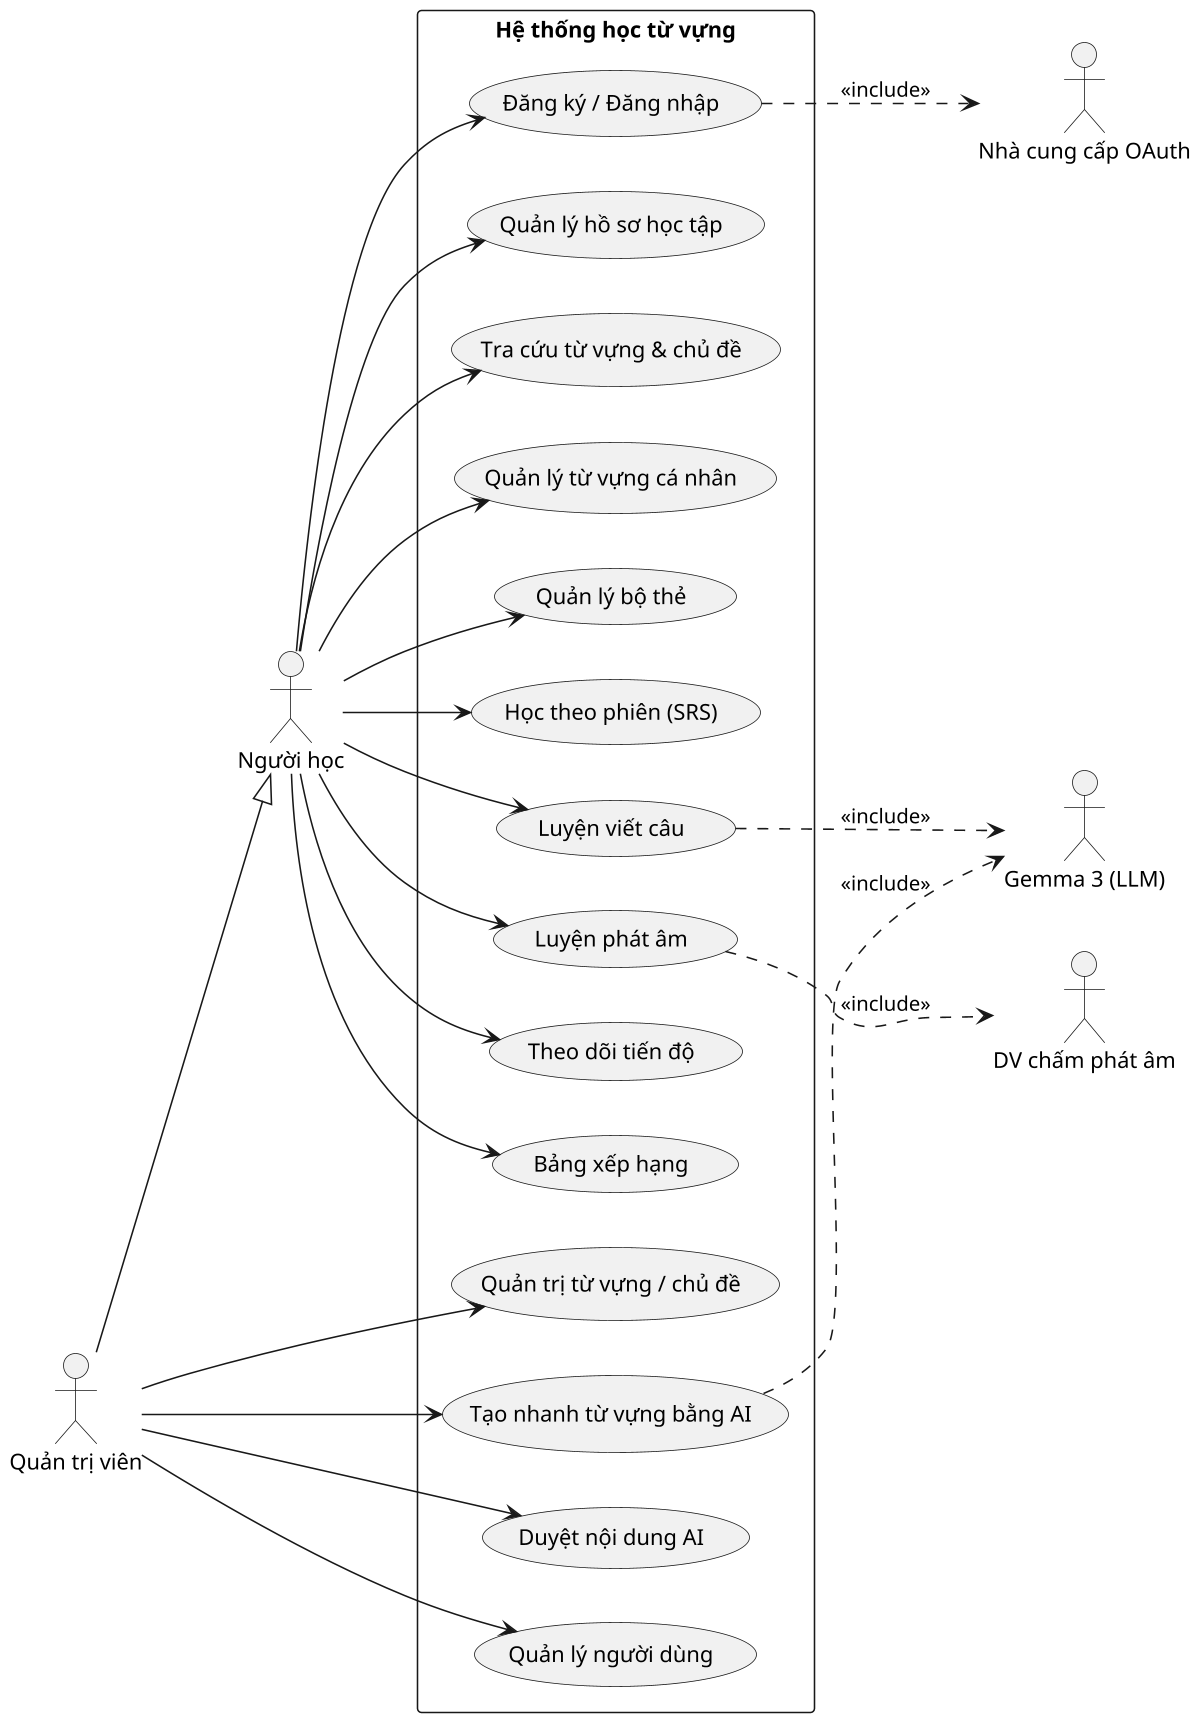
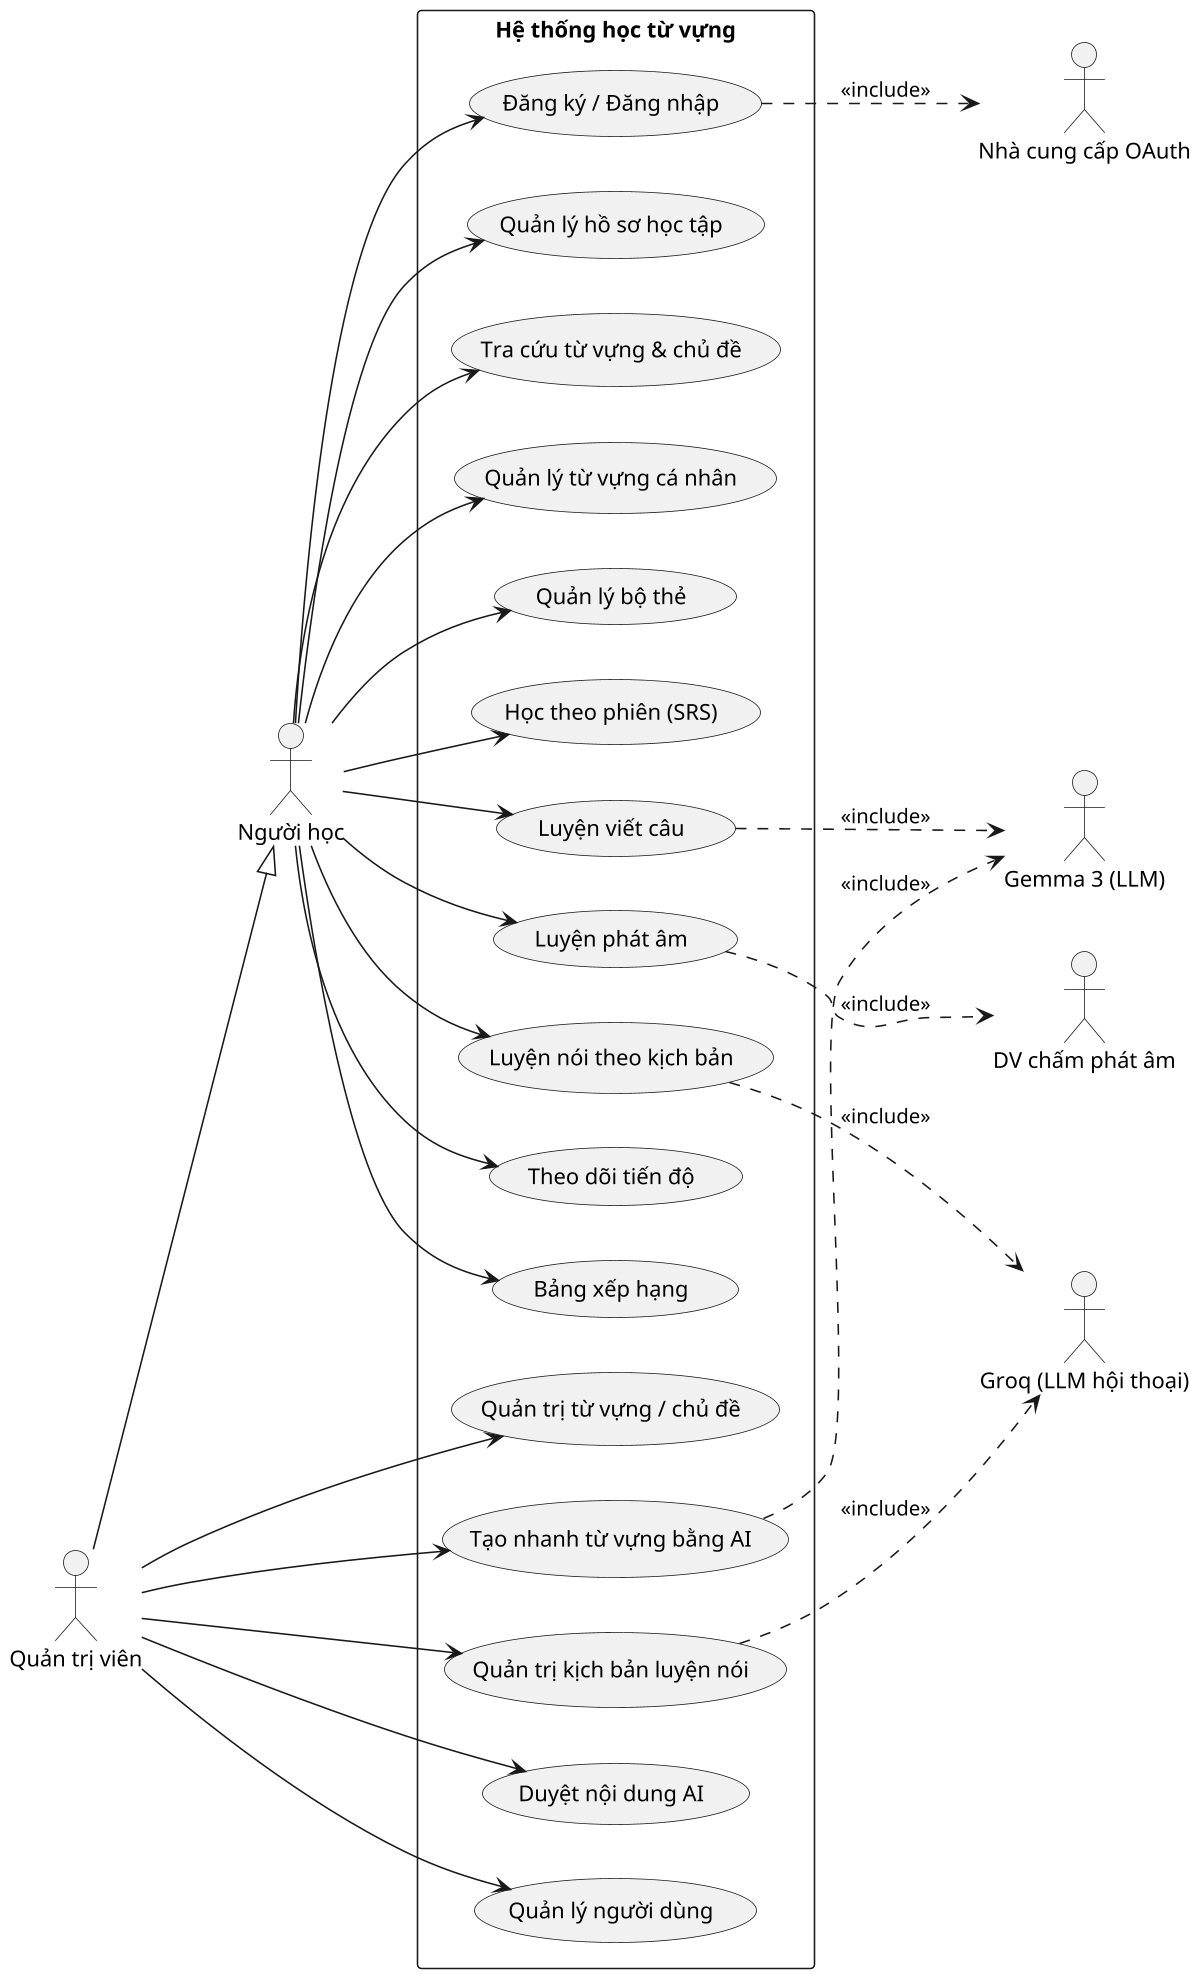
' =====================================================================
'  Nguồn PlantUML cho các sơ đồ Chương 2 (Phân tích & Thiết kế hệ thống)
'
'  Mỗi khối @startuml <tên> xuất ra một tệp PNG <tên>.png. Tên trùng với
'  tên tệp mà macro \figph{...} trong Chuong2.tex mong đợi trong images/.
'
'  Dựng lại tất cả:
'    java -jar plantuml.jar -Smetana -tpng -o "..\images" diagrams.puml
'  (chạy trong thư mục docs/report/diagrams/). Cần Java; không cần Graphviz
'  nhờ engine Smetana tích hợp.
' =====================================================================

' ---------------------------------------------------------------------
@startuml usecase-tong-quat
skinparam dpi 150
skinparam defaultFontName Arial
left to right direction
skinparam packageStyle rectangle
actor "Người học" as U
actor "Quản trị viên" as A
actor "Gemma 3 (LLM)" as G
+ actor "Groq (LLM hội thoại)" as GR
actor "DV chấm phát âm" as P
actor "Nhà cung cấp OAuth" as O
A --|> U
rectangle "Hệ thống học từ vựng" {
  usecase "Đăng ký / Đăng nhập" as UC1
  usecase "Quản lý hồ sơ học tập" as UC2
  usecase "Tra cứu từ vựng & chủ đề" as UC3
  usecase "Quản lý từ vựng cá nhân" as UC4
  usecase "Quản lý bộ thẻ" as UC5
  usecase "Học theo phiên (SRS)" as UC6
  usecase "Luyện viết câu" as UC7
  usecase "Luyện phát âm" as UC8
-   usecase "Theo dõi tiến độ" as UC9
-   usecase "Bảng xếp hạng" as UC10
-   usecase "Quản trị từ vựng / chủ đề" as UC11
-   usecase "Tạo nhanh từ vựng bằng AI" as UC12
-   usecase "Duyệt nội dung AI" as UC13
-   usecase "Quản lý người dùng" as UC14
+   usecase "Luyện nói theo kịch bản" as UC9
+   usecase "Theo dõi tiến độ" as UC10
+   usecase "Bảng xếp hạng" as UC11
+   usecase "Quản trị từ vựng / chủ đề" as UC12
+   usecase "Tạo nhanh từ vựng bằng AI" as UC13
+   usecase "Quản trị kịch bản luyện nói" as UC14
+   usecase "Duyệt nội dung AI" as UC15
+   usecase "Quản lý người dùng" as UC16
}
U --> UC1
U --> UC2
U --> UC3
U --> UC4
U --> UC5
U --> UC6
U --> UC7
U --> UC8
U --> UC9
U --> UC10
- A --> UC11
+ U --> UC11
A --> UC12
A --> UC13
A --> UC14
+ A --> UC15
+ A --> UC16
UC1 ..> O : <<include>>
UC7 ..> G : <<include>>
- UC12 ..> G : <<include>>
+ UC13 ..> G : <<include>>
+ UC9 ..> GR : <<include>>
+ UC14 ..> GR : <<include>>
UC8 ..> P : <<include>>
@enduml

' ---------------------------------------------------------------------
@startuml activity-phien-hoc
skinparam dpi 150
skinparam defaultFontName Arial
title Phiên học theo cơ chế ôn tập ngắt quãng
start
:Người học chọn chế độ học\n(daily / topic / deck / review);
:Chọn từ phù hợp + tự ghi danh từ mới;
if (Có thẻ để học?) then (không)
  :Trả về lý do phiên rỗng + nextDueAt;
  stop
else (có)
endif
:Mở rộng mỗi từ thành chuỗi câu hỏi\n(dễ -> khó, ký HMAC);
repeat
  :Hiển thị câu hỏi;
  :Người học trả lời;
  :Xác thực HMAC + chấm điểm;
  if (Bước cuối của từ?) then (đúng)
    :Quy đổi điểm SM-2;
    :Cập nhật tiến độ + lịch ôn tập;
    :Ghi nhật ký hoạt động;
  else (chưa)
    :Chỉ phản hồi, chưa cập nhật;
  endif
repeat while (Còn câu hỏi?) is (còn) not (hết)
:Kết thúc phiên;
stop
@enduml

' ---------------------------------------------------------------------
@startuml activity-tao-nhanh-ai
skinparam dpi 150
skinparam defaultFontName Arial
title Tạo nhanh từ vựng bằng AI
|API|
start
:Nhận lemma + ngôn ngữ;
if (Đã có job pending cùng lemma?) then (có)
  :Trả về job cũ (202);
  stop
else (không)
  :Tạo job trạng thái pending;
  :Đẩy job vào hàng đợi BullMQ;
  :Trả về 202 + jobId;
endif
|Worker|
:Lấy job khỏi hàng đợi;
:Tra từ điển + gọi Gemma 3\n(nghĩa, ví dụ, bản dịch);
:Sinh âm thanh (TTS) + tải lên Cloudinary;
:Tạo bản ghi từ vựng (1 / từ loại);
:Cập nhật job = completed\n+ resultVocabularyIds;
|API|
:Người dùng thăm dò job lấy kết quả;
stop
@enduml

' ---------------------------------------------------------------------
@startuml activity-luyen-viet
skinparam dpi 150
skinparam defaultFontName Arial
title Luyện viết câu chấm điểm bất đồng bộ
|API|
start
:Nhận câu + từ mục tiêu + hình thức;
if (Vượt hạn mức ngày?) then (có)
  :Trả về 429;
  stop
else (không)
endif
:Tạo attempt = pending + enqueue;
:Trả về 202 + attemptId;
|Worker chấm điểm|
:Lấy attempt khỏi hàng đợi\n(giới hạn tần suất);
:Gọi Gemma 3 chấm theo rubric;
:Lưu điểm 0-100 + CEFR + nhận xét;
|API|
:Người học thăm dò attempt lấy kết quả;
+ stop
+ @enduml
+ 
+ ' ---------------------------------------------------------------------
+ @startuml activity-phien-luyen-noi
+ skinparam dpi 150
+ skinparam defaultFontName Arial
+ title Phiên luyện nói theo kịch bản
+ start
+ :Người học chọn kịch bản\n(+ từ mục tiêu tuỳ chọn);
+ if (Còn hạn mức phiên/ngày?) then (không)
+   :Trả về 429;
+   stop
+ else (còn)
+ endif
+ :Chốt snapshot kịch bản + trình độ + từ mục tiêu;
+ :Lưu câu mở đầu của AI (không gọi LLM);
+ repeat
+   :Người học gửi câu nói;
+   if (Vượt giới hạn số lượt?) then (có)
+     :Trả về 400 (đề nghị kết thúc);
+     break
+   else (chưa)
+   endif
+   :Ghép toàn bộ hội thoại làm ngữ cảnh + gọi Groq;
+   if (Groq khả dụng?) then (không)
+     :Trả về 503 (không lưu lượt hỏng);
+   else (có)
+     :Lưu lượt người học + lượt AI\n(reply, chỉnh lỗi, từ đã dùng);
+   endif
+ repeat while (Tiếp tục hội thoại?) is (tiếp) not (kết thúc)
+ :Đánh dấu phiên ENDED;
+ :Gọi LLM (mô hình mạnh hơn) sinh báo cáo\ntrên toàn hội thoại;
+ if (Sinh báo cáo thành công?) then (có)
+   :Lưu báo cáo = ready;
+ else (không)
+   :Đánh dấu report = failed\n(cho phép sinh lại);
+ endif
stop
@enduml

' ---------------------------------------------------------------------
@startuml seq-dang-nhap
skinparam dpi 150
skinparam defaultFontName Arial
title Đăng nhập và cấp phát token
actor "Người học" as U
participant "AuthController" as C
participant "AuthService" as S
participant "TokenService" as T
database "PostgreSQL" as DB
U -> C : POST /v1/auth/login (email, password)
C -> S : validate(email, password)
S -> DB : SELECT user theo email
DB --> S : user (password_hash)
S -> S : bcrypt.compare(password, hash)
alt Sai email / mật khẩu
  S --> C : Unauthorized
  C --> U : 401
else Hợp lệ
  S -> T : issueTokens(user)
  T -> DB : INSERT refresh_token (token_hash)
  T --> S : accessToken, refreshToken
  S --> C : cặp token
  C --> U : 200 { accessToken, refreshToken }
end
@enduml

' ---------------------------------------------------------------------
@startuml seq-tra-loi
skinparam dpi 150
skinparam defaultFontName Arial
title Nộp đáp án và chấm điểm trong phiên học
actor "Người học" as U
participant "LearnController" as C
participant "AnswerGrader" as G
participant "SrsService" as S
database "PostgreSQL" as DB
U -> C : POST /v1/me/learn/answer (đáp án + chữ ký HMAC)
C -> G : verify + grade(payload)
G -> G : verifyHmac(nonce, issuedAtMs, signature)
alt Chữ ký sai / hết hạn
  G --> C : lỗi xác thực
  C --> U : 401
else Hợp lệ
  G -> G : suy lại đáp án đúng + so khớp
  alt Bước cuối của từ
    G -> S : applySm2(quality)
    S -> DB : UPDATE user_word_progress
    S -> DB : INSERT learning_activity
    S --> G : progress mới
  else Bước trung gian
    G -> G : chỉ chấm để phản hồi
  end
  G --> C : { correct, correctAnswer, quality, progress, requeue }
  C --> U : 200 kết quả
end
@enduml

' ---------------------------------------------------------------------
@startuml seq-phat-am
skinparam dpi 150
skinparam defaultFontName Arial
title Chấm điểm phát âm qua vi dịch vụ
actor "Người học" as U
participant "PronController" as C
participant "PronService" as S
participant "DV chấm phát âm (FastAPI)" as M
database "PostgreSQL" as DB
U -> C : POST /v1/pronunciation/score (audio + word)
C -> S : score(audio, word)
S -> M : POST /score (audio)
alt Dịch vụ không khả dụng
  M --> S : lỗi kết nối
  S --> C : 503
  C --> U : 503
else Thành công
  M --> S : điểm tổng + điểm từng phoneme
  S -> DB : INSERT pronunciation_attempt
  S --> C : kết quả
  C --> U : 200 { overallScore, phonemes[] }
end
@enduml

' ---------------------------------------------------------------------
+ @startuml seq-luot-hoi-thoai
+ skinparam dpi 150
+ skinparam defaultFontName Arial
+ title Một lượt hội thoại trong phiên luyện nói
+ actor "Người học" as U
+ participant "SpeakingSessionController" as C
+ participant "SpeakingSessionService" as S
+ participant "Groq (Llama 3.3)" as GR
+ database "PostgreSQL" as DB
+ U -> C : POST /v1/speaking/sessions/:id/turn (text)
+ C -> S : takeTurn(userId, sessionId, text)
+ S -> DB : SELECT speaking_turns (theo turn_index)
+ DB --> S : lịch sử hội thoại
+ S -> S : Kiểm tra giới hạn số lượt + dựng ngữ cảnh
+ S -> GR : chatCompletion(prompt + lịch sử + từ mục tiêu)
+ alt Groq không khả dụng
+   GR --> S : lỗi / timeout
+   S --> C : 503
+   C --> U : 503 (không lưu lượt hỏng)
+ else Thành công
+   GR --> S : JSON { reply, corrections, usedTargetWords }
+   S -> DB : INSERT lượt người học + lượt AI
+   S --> C : { reply, corrections, usedTargetWords }
+   C --> U : 200 kết quả lượt
+ end
+ @enduml
+ 
+ ' ---------------------------------------------------------------------
@startuml kien-truc-tong-the
skinparam dpi 150
skinparam defaultFontName Arial
title Kiến trúc tổng thể hệ thống
left to right direction
node "Máy khách\n(Web / Di động)" as Client
package "Backend (NestJS)" {
  node "Tiến trình API\nController -> Service -> Repository\nJWT/Roles Guard, ValidationPipe\nURI versioning /v1" as API
  node "Tiến trình Worker (BullMQ)\nlàm giàu từ vựng, sinh âm thanh,\nchấm điểm luyện tập" as Worker
}
database "PostgreSQL" as PG
queue "Redis (BullMQ)" as Redis
cloud "Gemma 3\n(Google AI Studio)" as Gemma
+ cloud "Groq\n(Llama 3.3)" as Groq
cloud "DV chấm phát âm\n(FastAPI)" as Pron
cloud "Cloudinary\n(media)" as CDN
cloud "Edge TTS" as TTS
cloud "OAuth\nGoogle/Apple/GitHub" as OAuth
cloud "SMTP Email" as Mail
Client --> API : HTTPS / JSON
API --> PG
API --> Redis : enqueue
Worker --> Redis : dequeue
Worker --> PG
API --> OAuth
API --> Mail
API --> Pron
+ API --> Groq : hội thoại theo lượt + báo cáo
Worker --> Gemma
Worker --> TTS
Worker --> CDN
@enduml

' ---------------------------------------------------------------------
@startuml erd
skinparam dpi 150
skinparam defaultFontName Arial
hide circle
skinparam shadowing false

entity users {
  * id : uuid <<PK>>
  --
  email : varchar <<unique>>
  password_hash : varchar
  role : enum
  is_onboarded : boolean
  target_language : varchar
  proficiency_level : enum
}
entity user_identities {
  * id : uuid <<PK>>
  --
  user_id : uuid <<FK>>
  provider : enum
  provider_user_id : varchar
}
entity refresh_tokens {
  * id : uuid <<PK>>
  --
  user_id : uuid <<FK>>
  token_hash : varchar
  expires_at : timestamptz
}
entity email_verification_codes {
  * id : uuid <<PK>>
  --
  user_id : uuid <<FK>>
  code_hash : varchar
  expires_at : timestamptz
}
entity vocabularies {
  * id : uuid <<PK>>
  --
  language : varchar
  lemma : varchar
  part_of_speech : enum
  cefr_level : enum
  source : enum
  visibility : enum
  is_approved : boolean
  created_by_user_id : uuid <<FK>>
}
entity vocabulary_senses {
  * id : uuid <<PK>>
  --
  vocabulary_id : uuid <<FK>>
  sense_order : smallint
  gloss : varchar
  definition : text
}
entity vocabulary_translations {
  * id : uuid <<PK>>
  --
  sense_id : uuid <<FK>>
  language : varchar
  translation : varchar
}
entity vocabulary_examples {
  * id : uuid <<PK>>
  --
  sense_id : uuid <<FK>>
  sentence : text
}
entity topics {
  * id : uuid <<PK>>
  --
  slug : varchar <<unique>>
  name : varchar
}
entity vocabulary_topics {
  * vocabulary_id : uuid <<PK,FK>>
  * topic_id : uuid <<PK,FK>>
}
entity decks {
  * id : uuid <<PK>>
  --
  name : varchar
  language : varchar
  owner_id : uuid <<FK>>
  visibility : enum
  vocab_count : int
}
entity deck_vocabularies {
  * deck_id : uuid <<PK,FK>>
  * vocabulary_id : uuid <<PK,FK>>
  --
  position : int
}
entity user_word_progress {
  * id : uuid <<PK>>
  --
  user_id : uuid <<FK>>
  vocabulary_id : uuid <<FK>>
  status : enum
  ease_factor : numeric
  interval_days : int
  next_review_at : timestamptz
}
entity learning_activity {
  * id : uuid <<PK>>
  --
  user_id : uuid <<FK>>
  vocabulary_id : uuid <<FK>>
  reviewed_at : timestamptz
  quality : smallint
  was_new : boolean
}
entity vocab_enrichment_jobs {
  * id : uuid <<PK>>
  --
  language : varchar
  lemma : varchar
  status : enum
  batch_id : uuid
  owner_user_id : uuid <<FK>>
}
entity production_attempts {
  * id : uuid <<PK>>
  --
  user_id : uuid <<FK>>
  vocabulary_id : uuid <<FK>>
  modality : enum
  status : enum
  score : int
}
entity pronunciation_attempts {
  * id : uuid <<PK>>
  --
  user_id : uuid <<FK>>
  vocabulary_id : uuid <<FK>>
  word : varchar
  overall_score : smallint
+ }
+ entity scenarios {
+   * id : uuid <<PK>>
+   --
+   title : varchar
+   topic : varchar
+   cefr_level : enum
+   status : enum
+   version : int
+   created_by : uuid <<FK>>
+ }
+ entity speaking_sessions {
+   * id : uuid <<PK>>
+   --
+   user_id : uuid <<FK>>
+   scenario_id : uuid <<FK>>
+   scenario_snapshot : jsonb
+   status : enum
+   report_status : enum
+   report : jsonb
+ }
+ entity speaking_turns {
+   * id : uuid <<PK>>
+   --
+   session_id : uuid <<FK>>
+   turn_index : int
+   role : enum
+   text : text
+   corrections : jsonb
}

users ||--o{ user_identities
users ||--o{ refresh_tokens
users ||--o{ email_verification_codes
users ||--o{ user_word_progress
users ||--o{ learning_activity
users ||--o{ production_attempts
users ||--o{ pronunciation_attempts
users |o--o{ decks
users |o--o{ vocabularies
users |o--o{ vocab_enrichment_jobs
vocabularies ||--o{ vocabulary_senses
vocabulary_senses ||--o{ vocabulary_translations
vocabulary_senses ||--o{ vocabulary_examples
vocabularies ||--o{ vocabulary_topics
topics ||--o{ vocabulary_topics
decks ||--o{ deck_vocabularies
vocabularies ||--o{ deck_vocabularies
vocabularies ||--o{ user_word_progress
vocabularies |o--o{ learning_activity
vocabularies ||--o{ production_attempts
vocabularies |o--o{ pronunciation_attempts
+ users ||--o{ speaking_sessions
+ users |o--o{ scenarios
+ scenarios ||--o{ speaking_sessions
+ speaking_sessions ||--o{ speaking_turns
@enduml

' ---------------------------------------------------------------------
@startuml ui-sitemap
skinparam dpi 150
skinparam defaultFontName Arial
title Bản đồ điều hướng ứng dụng
left to right direction
skinparam rectangle {
  BackgroundColor #F7F7F7
}
rectangle "Đăng nhập / Đăng ký" as login
rectangle "Khai báo hồ sơ học tập" as onboard
rectangle "Trang chủ (Dashboard)" as home
rectangle "Phiên học (SRS)" as learn
rectangle "Khám phá từ vựng & bộ thẻ" as explore
rectangle "Luyện viết câu" as practice
rectangle "Luyện phát âm" as pron
+ rectangle "Phòng luyện nói\n(kịch bản -> hội thoại -> báo cáo)" as speak
rectangle "Bảng xếp hạng" as board
rectangle "Hồ sơ cá nhân" as profile
+ rectangle "Khu vực quản trị (Admin)" as admin
+ rectangle "Quản trị kịch bản luyện nói" as adminscn
login --> onboard
onboard --> home
home --> learn
home --> explore
home --> practice
home --> pron
+ home --> speak
home --> board
home --> profile
- @enduml
+ login --> admin
+ admin --> adminscn
+ @enduml
